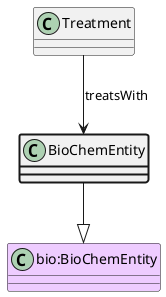
The PlantUML diagram ttl_uml/ttl_appn_BioChemEntity.png in aus-plant-phenomics-network/appn-schema, before a commit. The source it was exported from:
```plantuml
@startuml
class BioChemEntity  #line.bold
class "bio:BioChemEntity" #EECCFF
BioChemEntity --|> "bio:BioChemEntity"
class Treatment
Treatment --> BioChemEntity : treatsWith
@enduml
```
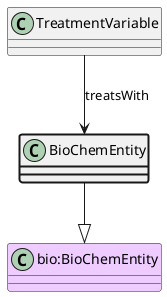
After the change.

Change to the diagram source:
```diff
@@ -2,6 +2,6 @@
 class BioChemEntity  #line.bold
 class "bio:BioChemEntity" #EECCFF
 BioChemEntity --|> "bio:BioChemEntity"
-class Treatment
-Treatment --> BioChemEntity : treatsWith
+class TreatmentVariable
+TreatmentVariable --> BioChemEntity : treatsWith
 @enduml
```
